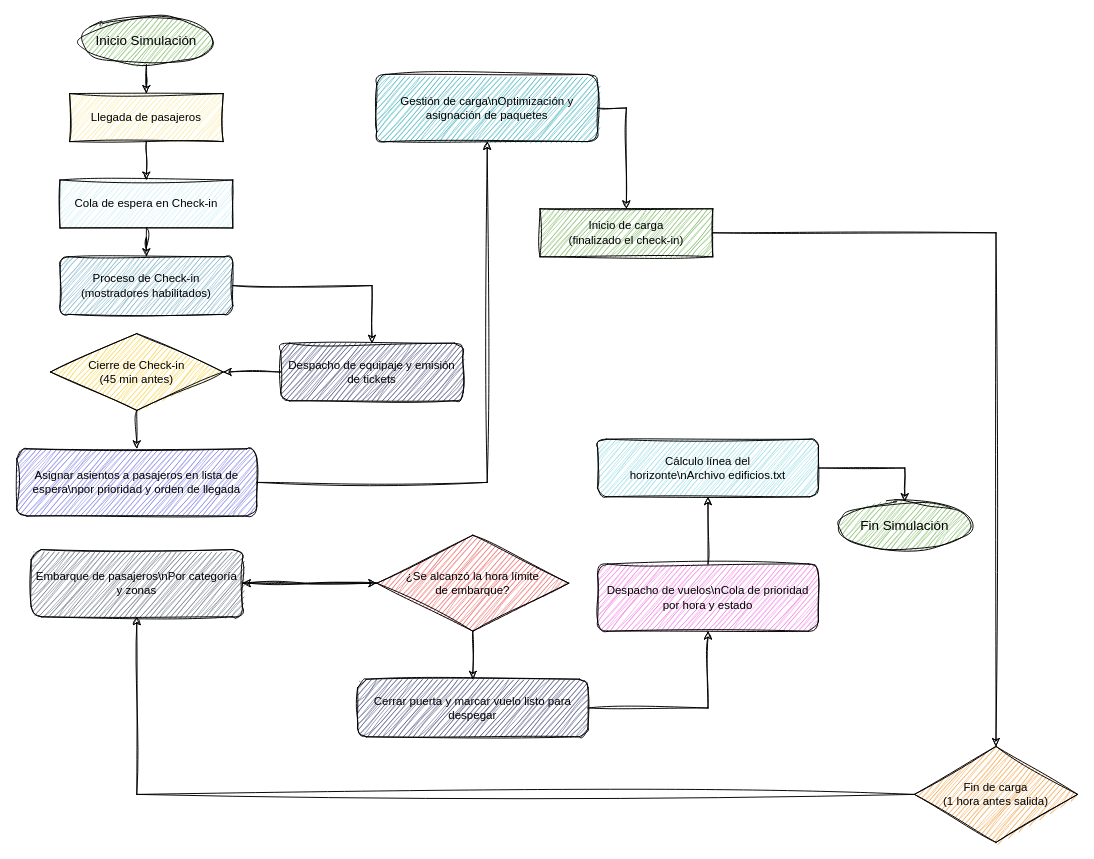
Earlier version of the draw.io diagram doc/workflow.drawio (andreslacquaniti/tp-ayp2). Source tidied: cells renumbered, new cells numbered last; positions are measured from the earlier drawing's top-left corner, leaving out a move shared by most shapes. Both pictures are drawn from the tidied source at 96%, with x=0, y=0 at pixel (16, 16).
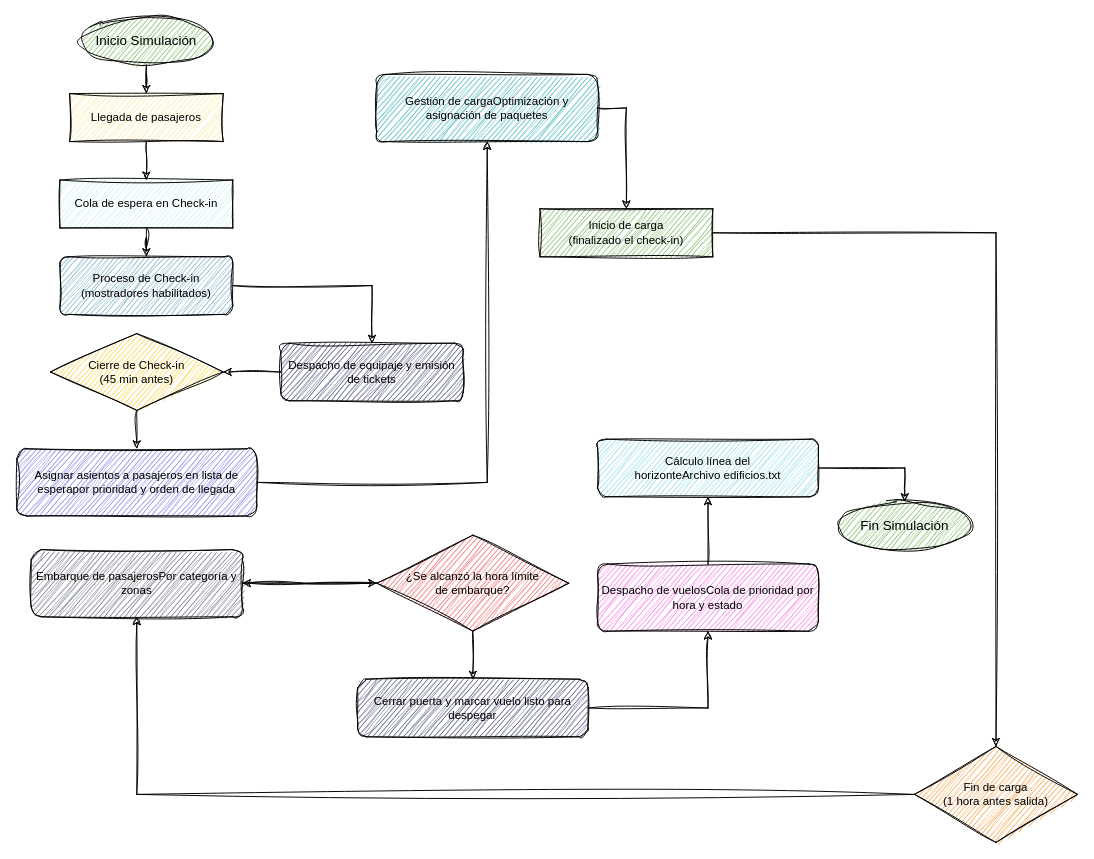
The same page after the edit.

The edit, as a diff of the source:
```diff
@@
-    <mxCell id="8" value="Asignar asientos a pasajeros en lista de espera\npor prioridad y orden de llegada" style="rectangle;rounded=1;whiteSpace=wrap;html=1;fillColor=#686de0;fontSize=12;fontColor=#000000;sketch=1;curveFitting=1;jiggle=2;" parent="1" vertex="1">
+    <mxCell id="8" value="Asignar asientos a pasajeros en lista de esperapor prioridad y orden de llegada" style="rectangle;rounded=1;whiteSpace=wrap;html=1;fillColor=#686de0;fontSize=12;fontColor=#000000;sketch=1;curveFitting=1;jiggle=2;" parent="1" vertex="1">
       <mxGeometry y="450" width="250" height="70" as="geometry" />
     </mxCell>
-    <mxCell id="9" value="Gestión de carga\nOptimización y asignación de paquetes" style="rectangle;rounded=1;whiteSpace=wrap;html=1;fillColor=#22a6b3;fontSize=12;fontColor=#000000;sketch=1;curveFitting=1;jiggle=2;" parent="1" vertex="1">
+    <mxCell id="9" value="Gestión de cargaOptimización y asignación de paquetes" style="rectangle;rounded=1;whiteSpace=wrap;html=1;fillColor=#22a6b3;fontSize=12;fontColor=#000000;sketch=1;curveFitting=1;jiggle=2;" parent="1" vertex="1">
       <mxGeometry x="375" y="60" width="230" height="70" as="geometry" />
     </mxCell>
@@
-    <mxCell id="12" value="Embarque de pasajeros\nPor categoría y zonas" style="rectangle;rounded=1;whiteSpace=wrap;html=1;fillColor=#535c68;fontSize=12;fontColor=#000000;sketch=1;curveFitting=1;jiggle=2;" parent="1" vertex="1">
+    <mxCell id="12" value="Embarque de pasajerosPor categoría y zonas" style="rectangle;rounded=1;whiteSpace=wrap;html=1;fillColor=#535c68;fontSize=12;fontColor=#000000;sketch=1;curveFitting=1;jiggle=2;" parent="1" vertex="1">
       <mxGeometry x="15" y="555" width="220" height="70" as="geometry" />
     </mxCell>
@@
-    <mxCell id="15" value="Despacho de vuelos\nCola de prioridad por hora y estado" style="rectangle;rounded=1;whiteSpace=wrap;html=1;fillColor=#f368e0;fontSize=12;fontColor=#000000;sketch=1;curveFitting=1;jiggle=2;" parent="1" vertex="1">
+    <mxCell id="15" value="Despacho de vuelosCola de prioridad por hora y estado" style="rectangle;rounded=1;whiteSpace=wrap;html=1;fillColor=#f368e0;fontSize=12;fontColor=#000000;sketch=1;curveFitting=1;jiggle=2;" parent="1" vertex="1">
       <mxGeometry x="605" y="570" width="230" height="70" as="geometry" />
     </mxCell>
-    <mxCell id="16" value="Cálculo línea del&lt;div&gt;horizonte\nArchivo edificios.txt&lt;/div&gt;" style="rectangle;rounded=1;whiteSpace=wrap;html=1;fillColor=#7ed6df;fontSize=12;fontColor=#000000;sketch=1;curveFitting=1;jiggle=2;" parent="1" vertex="1">
+    <mxCell id="16" value="Cálculo línea del&lt;div&gt;horizonteArchivo edificios.txt&lt;/div&gt;" style="rectangle;rounded=1;whiteSpace=wrap;html=1;fillColor=#7ed6df;fontSize=12;fontColor=#000000;sketch=1;curveFitting=1;jiggle=2;" parent="1" vertex="1">
       <mxGeometry x="605" y="440" width="230" height="60" as="geometry" />
     </mxCell>
```
